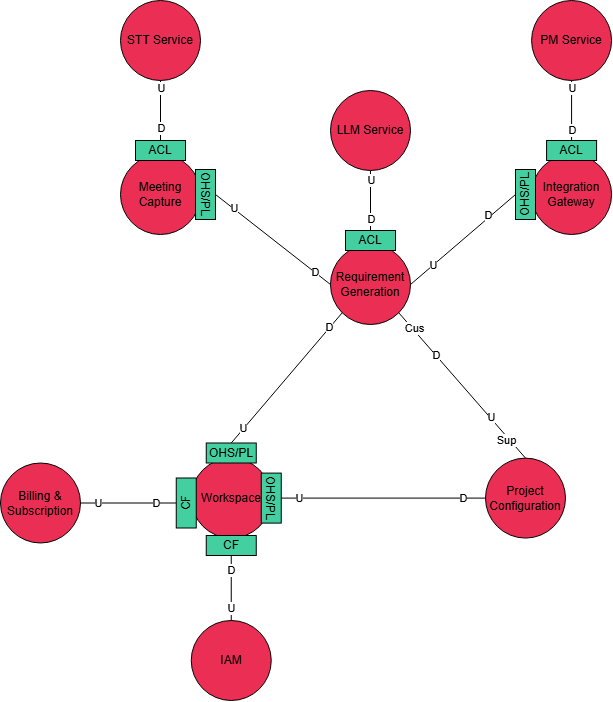
Kntro-Soft/ReqsAI-Report keeps this draw.io diagram as assets/4.Strategic-Level-Product-Design/4.2.Strategic-Level-DDD/4.2.5.Context-Mapping/ContextMapping.png. Above is the earlier version. Source tidied: cells renumbered, new cells last; positions are measured from the earlier drawing's top-left corner, leaving out a move shared by most shapes.
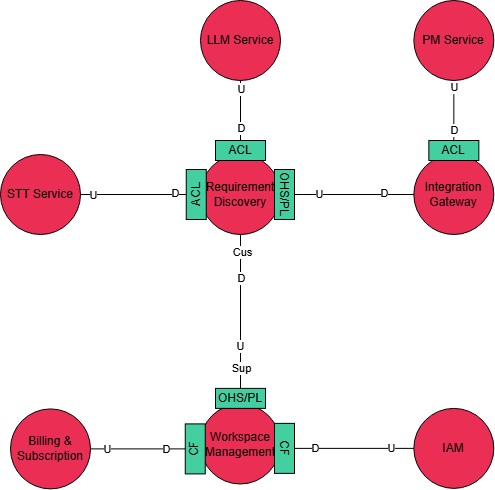
Later version of the same file.

Commit message:
refactor: refactor context mapping

Change to the diagram source:
```diff
@@ -2,178 +2,135 @@
   <root>
     <mxCell id="0" />
     <mxCell id="1" parent="0" />
-    <mxCell id="2" value="&lt;font color=&quot;#000000&quot;&gt;Requirement Generation&lt;/font&gt;" style="ellipse;whiteSpace=wrap;html=1;fillColor=light-dark(#ea2e54, #ff9281);strokeColor=light-dark(#000000, #ffacac);fontColor=#ffffff;" parent="1" vertex="1">
-      <mxGeometry x="330" y="244" width="80" height="80" as="geometry" />
-    </mxCell>
+    <mxCell id="53" value="&lt;font color=&quot;#000000&quot;&gt;Requirement Discovery&lt;/font&gt;" style="ellipse;whiteSpace=wrap;html=1;fillColor=light-dark(#ea2e54, #ff9281);strokeColor=light-dark(#000000, #ffacac);fontColor=#ffffff;" parent="1" vertex="1">
+      <mxGeometry x="820" y="714" width="80" height="80" as="geometry" />
+    </mxCell>
     <mxCell id="3" value="&lt;font color=&quot;#000000&quot;&gt;Billing &amp;amp; Subscription&lt;/font&gt;" style="ellipse;whiteSpace=wrap;html=1;fillColor=light-dark(#ea2e54, #ff9281);strokeColor=light-dark(#000000, #ffacac);fontColor=#ffffff;" parent="1" vertex="1">
-      <mxGeometry y="462.5" width="80" height="80" as="geometry" />
+      <mxGeometry x="630" y="968.4" width="80" height="80" as="geometry" />
     </mxCell>
-    <mxCell id="4" value="&lt;font color=&quot;#000000&quot;&gt;Workspace&lt;/font&gt;" style="ellipse;whiteSpace=wrap;html=1;fillColor=light-dark(#ea2e54, #ff9281);strokeColor=light-dark(#000000, #ffacac);fontColor=#ffffff;" parent="1" vertex="1">
-      <mxGeometry x="190.8" y="457.6" width="80" height="80" as="geometry" />
-    </mxCell>
+    <mxCell id="54" value="&lt;font color=&quot;#000000&quot;&gt;Workspace Management&lt;/font&gt;" style="ellipse;whiteSpace=wrap;html=1;fillColor=light-dark(#ea2e54, #ff9281);strokeColor=light-dark(#000000, #ffacac);fontColor=#ffffff;" parent="1" vertex="1">
+      <mxGeometry x="819.8" y="963.5" width="80" height="80" as="geometry" />
+    </mxCell>
     <mxCell id="5" value="&lt;font color=&quot;#000000&quot;&gt;Integration Gateway&lt;/font&gt;" style="ellipse;whiteSpace=wrap;html=1;fillColor=light-dark(#ea2e54, #ff9281);strokeColor=light-dark(#000000, #ffacac);fontColor=#ffffff;" parent="1" vertex="1">
-      <mxGeometry x="531.1" y="154" width="80" height="80" as="geometry" />
+      <mxGeometry x="1033.3" y="714" width="80" height="80" as="geometry" />
     </mxCell>
-    <mxCell id="6" value="&lt;font color=&quot;#000000&quot;&gt;Project Configuration&lt;/font&gt;" style="ellipse;whiteSpace=wrap;html=1;fillColor=light-dark(#ea2e54, #ff9281);strokeColor=light-dark(#000000, #ffacac);fontColor=#ffffff;" parent="1" vertex="1">
-      <mxGeometry x="485" y="457.6" width="80" height="80" as="geometry" />
-    </mxCell>
     <mxCell id="7" value="&lt;font color=&quot;#000000&quot;&gt;IAM&lt;/font&gt;" style="ellipse;whiteSpace=wrap;html=1;fillColor=light-dark(#ea2e54, #ff9281);strokeColor=light-dark(#000000, #ffacac);fontColor=#ffffff;" parent="1" vertex="1">
-      <mxGeometry x="190.7" y="620" width="80" height="80" as="geometry" />
+      <mxGeometry x="1033.3" y="967.9" width="80" height="80" as="geometry" />
     </mxCell>
-    <mxCell id="8" value="ACL" style="rounded=0;whiteSpace=wrap;html=1;fillColor=#44CFA1;" parent="1" vertex="1">
-      <mxGeometry x="546.1" y="140" width="50" height="20" as="geometry" />
-    </mxCell>
-    <mxCell id="9" style="endArrow=none;html=1;rounded=0;entryX=1;entryY=1;entryDx=0;entryDy=0;exitX=0.5;exitY=0;exitDx=0;exitDy=0;" parent="1" edge="1" source="6" target="2">
-      <mxGeometry relative="1" as="geometry" />
-    </mxCell>
-    <mxCell id="10" value="U" style="edgeLabel;html=1;align=center;verticalAlign=middle;" parent="9" vertex="1">
-      <mxGeometry x="-0.7" y="1" relative="1" as="geometry">
-        <mxPoint x="-14" y="-19" as="offset" />
-      </mxGeometry>
-    </mxCell>
-    <mxCell id="11" value="D" style="edgeLabel;html=1;align=center;verticalAlign=middle;" parent="9" vertex="1">
-      <mxGeometry x="0.42" relative="1" as="geometry" />
-    </mxCell>
-    <mxCell id="12" value="Cus" style="edgeLabel;html=1;align=center;verticalAlign=middle;" parent="9" vertex="1">
-      <mxGeometry x="0.78" y="-1" relative="1" as="geometry" />
-    </mxCell>
-    <mxCell id="13" value="Sup" style="edgeLabel;html=1;align=center;verticalAlign=middle;" parent="9" vertex="1">
-      <mxGeometry x="-0.68" relative="1" as="geometry">
-        <mxPoint y="4" as="offset" />
-      </mxGeometry>
-    </mxCell>
+    <mxCell id="55" value="ACL" style="rounded=0;whiteSpace=wrap;html=1;fillColor=#44CFA1;" parent="1" vertex="1">
+      <mxGeometry x="1048.3" y="700" width="50" height="20" as="geometry" />
+    </mxCell>
-    <mxCell id="14" style="endArrow=none;html=1;rounded=0;exitX=0.5;exitY=0;exitDx=0;exitDy=0;entryX=0.5;entryY=1;entryDx=0;entryDy=0;" parent="1" edge="1" source="7" target="18">
+    <mxCell id="14" style="endArrow=none;html=1;rounded=0;exitX=0;exitY=0.5;exitDx=0;exitDy=0;entryX=0.5;entryY=0;entryDx=0;entryDy=0;" parent="1" edge="1" source="7" target="18">
       <mxGeometry relative="1" as="geometry" />
     </mxCell>
-    <mxCell id="15" value="D" style="edgeLabel;html=1;align=center;verticalAlign=middle;" parent="14" vertex="1">
-      <mxGeometry x="0.62" y="-2" relative="1" as="geometry">
-        <mxPoint x="-2" y="2" as="offset" />
-      </mxGeometry>
-    </mxCell>
-    <mxCell id="16" value="U" style="edgeLabel;html=1;align=center;verticalAlign=middle;" parent="14" vertex="1">
-      <mxGeometry x="-0.61" relative="1" as="geometry" />
-    </mxCell>
-    <mxCell id="17" value="ACL" style="rounded=0;whiteSpace=wrap;html=1;fillColor=#44CFA1;" parent="1" vertex="1">
-      <mxGeometry x="345" y="230" width="50" height="20" as="geometry" />
-    </mxCell>
+    <mxCell id="56" value="D" style="edgeLabel;html=1;align=center;verticalAlign=middle;" parent="14" vertex="1">
+      <mxGeometry x="0.62" y="-2" relative="1" as="geometry">
+        <mxPoint x="-2" y="2" as="offset" />
+      </mxGeometry>
+    </mxCell>
+    <mxCell id="57" value="U" style="edgeLabel;html=1;align=center;verticalAlign=middle;" parent="14" vertex="1">
+      <mxGeometry x="-0.61" relative="1" as="geometry" />
+    </mxCell>
+    <mxCell id="58" value="ACL" style="rounded=0;whiteSpace=wrap;html=1;fillColor=#44CFA1;" parent="1" vertex="1">
+      <mxGeometry x="835" y="700" width="50" height="20" as="geometry" />
+    </mxCell>
-    <mxCell id="18" value="CF" style="rounded=0;whiteSpace=wrap;html=1;fillColor=#44CFA1;rotation=0;" parent="1" vertex="1">
-      <mxGeometry x="205.8" y="535" width="50" height="20" as="geometry" />
+    <mxCell id="18" value="CF" style="rounded=0;whiteSpace=wrap;html=1;fillColor=#44CFA1;rotation=90;" parent="1" vertex="1">
+      <mxGeometry x="879" y="997.9" width="50" height="20" as="geometry" />
     </mxCell>
     <mxCell id="19" value="CF" style="rounded=0;whiteSpace=wrap;html=1;fillColor=#44CFA1;rotation=-90;" parent="1" vertex="1">
-      <mxGeometry x="160.8" y="492.5" width="50" height="20" as="geometry" />
+      <mxGeometry x="789.8" y="998.4" width="50" height="20" as="geometry" />
     </mxCell>
     <mxCell id="20" value="&lt;font color=&quot;#000000&quot;&gt;LLM Service&lt;/font&gt;" style="ellipse;whiteSpace=wrap;html=1;fillColor=light-dark(#ea2e54, #ff9281);strokeColor=light-dark(#000000, #ffacac);fontColor=#ffffff;" parent="1" vertex="1">
-      <mxGeometry x="330" y="90" width="80" height="80" as="geometry" />
+      <mxGeometry x="820" y="560" width="80" height="80" as="geometry" />
     </mxCell>
     <mxCell id="21" value="&lt;font color=&quot;#000000&quot;&gt;PM Service&lt;/font&gt;" style="ellipse;whiteSpace=wrap;html=1;fillColor=light-dark(#ea2e54, #ff9281);strokeColor=light-dark(#000000, #ffacac);fontColor=#ffffff;" parent="1" vertex="1">
-      <mxGeometry x="531.1" width="80" height="80" as="geometry" />
+      <mxGeometry x="1033.3" y="560" width="80" height="80" as="geometry" />
     </mxCell>
-    <mxCell id="22" style="endArrow=none;html=1;rounded=0;entryX=0.5;entryY=1;entryDx=0;entryDy=0;exitX=0.5;exitY=0;exitDx=0;exitDy=0;" parent="1" edge="1" source="8" target="21">
-      <mxGeometry relative="1" as="geometry" />
-    </mxCell>
-    <mxCell id="23" value="D" style="edgeLabel;html=1;align=center;verticalAlign=middle;" parent="22" vertex="1">
-      <mxGeometry x="-0.84" y="-2" relative="1" as="geometry">
-        <mxPoint x="-2" y="-6" as="offset" />
-      </mxGeometry>
-    </mxCell>
-    <mxCell id="24" value="U" style="edgeLabel;html=1;align=center;verticalAlign=middle;" parent="22" vertex="1">
-      <mxGeometry x="0.76" relative="1" as="geometry" />
-    </mxCell>
-    <mxCell id="25" style="endArrow=none;html=1;rounded=0;entryX=0.5;entryY=1;entryDx=0;entryDy=0;exitX=0.5;exitY=0;exitDx=0;exitDy=0;" parent="1" edge="1" source="17" target="20">
-      <mxGeometry relative="1" as="geometry" />
-    </mxCell>
-    <mxCell id="26" value="D" style="edgeLabel;html=1;align=center;verticalAlign=middle;" parent="25" vertex="1">
-      <mxGeometry x="-0.56" relative="1" as="geometry">
-        <mxPoint y="1" as="offset" />
-      </mxGeometry>
-    </mxCell>
-    <mxCell id="27" value="U" style="edgeLabel;html=1;align=center;verticalAlign=middle;" parent="25" vertex="1">
-      <mxGeometry x="0.72" relative="1" as="geometry">
-        <mxPoint y="1" as="offset" />
-      </mxGeometry>
-    </mxCell>
-    <mxCell id="28" value="&lt;font color=&quot;#000000&quot;&gt;Meeting Capture&lt;/font&gt;" style="ellipse;whiteSpace=wrap;html=1;fillColor=light-dark(#ea2e54, #ff9281);strokeColor=light-dark(#000000, #ffacac);fontColor=#ffffff;" parent="1" vertex="1">
-      <mxGeometry x="120" y="154" width="80" height="80" as="geometry" />
-    </mxCell>
-    <mxCell id="29" value="ACL" style="rounded=0;whiteSpace=wrap;html=1;fillColor=#44CFA1;" parent="1" vertex="1">
-      <mxGeometry x="135" y="140" width="50" height="20" as="geometry" />
-    </mxCell>
+    <mxCell id="59" style="endArrow=none;html=1;rounded=0;entryX=0.5;entryY=1;entryDx=0;entryDy=0;exitX=0.5;exitY=0;exitDx=0;exitDy=0;" parent="1" edge="1" source="55" target="21">
+      <mxGeometry relative="1" as="geometry" />
+    </mxCell>
+    <mxCell id="60" value="D" style="edgeLabel;html=1;align=center;verticalAlign=middle;" parent="59" vertex="1">
+      <mxGeometry x="-0.84" y="-2" relative="1" as="geometry">
+        <mxPoint x="-2" y="-6" as="offset" />
+      </mxGeometry>
+    </mxCell>
+    <mxCell id="61" value="U" style="edgeLabel;html=1;align=center;verticalAlign=middle;" parent="59" vertex="1">
+      <mxGeometry x="0.76" relative="1" as="geometry" />
+    </mxCell>
+    <mxCell id="62" style="endArrow=none;html=1;rounded=0;entryX=0.5;entryY=1;entryDx=0;entryDy=0;exitX=0.5;exitY=0;exitDx=0;exitDy=0;" parent="1" edge="1" source="58" target="20">
+      <mxGeometry relative="1" as="geometry" />
+    </mxCell>
+    <mxCell id="63" value="D" style="edgeLabel;html=1;align=center;verticalAlign=middle;" parent="62" vertex="1">
+      <mxGeometry x="-0.56" relative="1" as="geometry">
+        <mxPoint y="1" as="offset" />
+      </mxGeometry>
+    </mxCell>
+    <mxCell id="64" value="U" style="edgeLabel;html=1;align=center;verticalAlign=middle;" parent="62" vertex="1">
+      <mxGeometry x="0.72" relative="1" as="geometry">
+        <mxPoint y="1" as="offset" />
+      </mxGeometry>
+    </mxCell>
+    <mxCell id="65" value="ACL" style="rounded=0;whiteSpace=wrap;html=1;fillColor=#44CFA1;rotation=-90;" parent="1" vertex="1">
+      <mxGeometry x="790.8" y="744" width="50" height="20" as="geometry" />
+    </mxCell>
     <mxCell id="30" value="&lt;font color=&quot;#000000&quot;&gt;STT Service&lt;/font&gt;" style="ellipse;whiteSpace=wrap;html=1;fillColor=light-dark(#ea2e54, #ff9281);strokeColor=light-dark(#000000, #ffacac);fontColor=#ffffff;" parent="1" vertex="1">
-      <mxGeometry x="120" width="80" height="80" as="geometry" />
+      <mxGeometry x="620" y="714" width="80" height="80" as="geometry" />
     </mxCell>
-    <mxCell id="31" style="endArrow=none;html=1;rounded=0;entryX=0.5;entryY=1;entryDx=0;entryDy=0;exitX=0.5;exitY=0;exitDx=0;exitDy=0;" parent="1" edge="1" source="29" target="30">
-      <mxGeometry relative="1" as="geometry" />
-    </mxCell>
-    <mxCell id="32" value="D" style="edgeLabel;html=1;align=center;verticalAlign=middle;" parent="31" vertex="1">
-      <mxGeometry x="-0.84" y="-2" relative="1" as="geometry">
-        <mxPoint x="-2" y="-8" as="offset" />
-      </mxGeometry>
-    </mxCell>
-    <mxCell id="33" value="U" style="edgeLabel;html=1;align=center;verticalAlign=middle;" parent="31" vertex="1">
-      <mxGeometry x="0.76" relative="1" as="geometry" />
-    </mxCell>
-    <mxCell id="34" style="endArrow=none;html=1;rounded=0;entryX=0;entryY=0.5;entryDx=0;entryDy=0;exitX=0.5;exitY=0;exitDx=0;exitDy=0;" parent="1" edge="1" source="43" target="2">
-      <mxGeometry relative="1" as="geometry" />
-    </mxCell>
-    <mxCell id="35" value="U" style="edgeLabel;html=1;align=center;verticalAlign=middle;" parent="34" vertex="1">
-      <mxGeometry x="-0.71" y="1" relative="1" as="geometry">
-        <mxPoint x="1" y="1" as="offset" />
-      </mxGeometry>
-    </mxCell>
-    <mxCell id="36" value="D" style="edgeLabel;html=1;align=center;verticalAlign=middle;" parent="34" vertex="1">
-      <mxGeometry x="0.72" relative="1" as="geometry" />
-    </mxCell>
-    <mxCell id="37" style="endArrow=none;html=1;rounded=0;exitX=0.5;exitY=0;exitDx=0;exitDy=0;entryX=1;entryY=0.5;entryDx=0;entryDy=0;" parent="1" edge="1" source="44" target="2">
-      <mxGeometry relative="1" as="geometry" />
-    </mxCell>
-    <mxCell id="38" value="D" style="edgeLabel;html=1;align=center;verticalAlign=middle;" parent="37" vertex="1">
-      <mxGeometry x="-0.52" y="-2" relative="1" as="geometry">
-        <mxPoint x="-1" as="offset" />
-      </mxGeometry>
-    </mxCell>
-    <mxCell id="39" value="U" style="edgeLabel;html=1;align=center;verticalAlign=middle;" parent="37" vertex="1">
-      <mxGeometry x="0.58" y="-1" relative="1" as="geometry" />
-    </mxCell>
+    <mxCell id="66" style="endArrow=none;html=1;rounded=0;entryX=1;entryY=0.5;entryDx=0;entryDy=0;exitX=0.5;exitY=0;exitDx=0;exitDy=0;" parent="1" edge="1" source="65" target="30">
+      <mxGeometry relative="1" as="geometry" />
+    </mxCell>
+    <mxCell id="67" value="D" style="edgeLabel;html=1;align=center;verticalAlign=middle;" parent="66" vertex="1">
+      <mxGeometry x="-0.84" y="-2" relative="1" as="geometry">
+        <mxPoint x="-2" as="offset" />
+      </mxGeometry>
+    </mxCell>
+    <mxCell id="68" value="U" style="edgeLabel;html=1;align=center;verticalAlign=middle;" parent="66" vertex="1">
+      <mxGeometry x="0.76" relative="1" as="geometry" />
+    </mxCell>
+    <mxCell id="69" style="endArrow=none;html=1;rounded=0;exitX=0;exitY=0.5;exitDx=0;exitDy=0;entryX=0.5;entryY=0;entryDx=0;entryDy=0;" parent="1" edge="1" source="5" target="74">
+      <mxGeometry relative="1" as="geometry" />
+    </mxCell>
+    <mxCell id="70" value="D" style="edgeLabel;html=1;align=center;verticalAlign=middle;" parent="69" vertex="1">
+      <mxGeometry x="-0.52" y="-2" relative="1" as="geometry">
+        <mxPoint x="-1" as="offset" />
+      </mxGeometry>
+    </mxCell>
+    <mxCell id="71" value="U" style="edgeLabel;html=1;align=center;verticalAlign=middle;" parent="69" vertex="1">
+      <mxGeometry x="0.58" y="-1" relative="1" as="geometry" />
+    </mxCell>
     <mxCell id="40" style="endArrow=none;html=1;rounded=0;exitX=1;exitY=0.5;exitDx=0;exitDy=0;entryX=0.5;entryY=0;entryDx=0;entryDy=0;" parent="1" edge="1" source="3" target="19">
       <mxGeometry relative="1" as="geometry" />
     </mxCell>
-    <mxCell id="41" value="U" style="edgeLabel;html=1;align=center;verticalAlign=middle;" parent="40" vertex="1">
-      <mxGeometry x="-0.64" relative="1" as="geometry" />
-    </mxCell>
-    <mxCell id="42" value="D" style="edgeLabel;html=1;align=center;verticalAlign=middle;" parent="40" vertex="1">
-      <mxGeometry x="0.58" relative="1" as="geometry" />
-    </mxCell>
-    <mxCell id="43" value="OHS/PL" style="rounded=0;whiteSpace=wrap;html=1;fillColor=#44CFA1;rotation=90;" parent="1" vertex="1">
-      <mxGeometry x="180" y="184" width="50" height="20" as="geometry" />
-    </mxCell>
-    <mxCell id="44" value="OHS/PL" style="rounded=0;whiteSpace=wrap;html=1;fillColor=#44CFA1;rotation=-90;" parent="1" vertex="1">
-      <mxGeometry x="500" y="184" width="50" height="20" as="geometry" />
-    </mxCell>
-    <mxCell id="45" style="endArrow=none;html=1;rounded=0;exitX=0.5;exitY=0;exitDx=0;exitDy=0;entryX=0;entryY=1;entryDx=0;entryDy=0;" parent="1" edge="1" source="48" target="2">
-      <mxGeometry relative="1" as="geometry" />
-    </mxCell>
-    <mxCell id="46" value="U" style="edgeLabel;html=1;align=center;verticalAlign=middle;" parent="45" vertex="1">
-      <mxGeometry x="-0.78" y="2" relative="1" as="geometry">
-        <mxPoint x="1" as="offset" />
-      </mxGeometry>
-    </mxCell>
-    <mxCell id="47" value="D" style="edgeLabel;html=1;align=center;verticalAlign=middle;" parent="45" vertex="1">
-      <mxGeometry x="0.76" y="1" relative="1" as="geometry" />
-    </mxCell>
+    <mxCell id="72" value="U" style="edgeLabel;html=1;align=center;verticalAlign=middle;" parent="40" vertex="1">
+      <mxGeometry x="-0.64" relative="1" as="geometry" />
+    </mxCell>
+    <mxCell id="73" value="D" style="edgeLabel;html=1;align=center;verticalAlign=middle;" parent="40" vertex="1">
+      <mxGeometry x="0.58" relative="1" as="geometry" />
+    </mxCell>
+    <mxCell id="74" value="OHS/PL" style="rounded=0;whiteSpace=wrap;html=1;fillColor=#44CFA1;rotation=90;" parent="1" vertex="1">
+      <mxGeometry x="879" y="744" width="50" height="20" as="geometry" />
+    </mxCell>
     <mxCell id="48" value="OHS/PL" style="rounded=0;whiteSpace=wrap;html=1;fillColor=#44CFA1;" parent="1" vertex="1">
-      <mxGeometry x="205.8" y="442.5" width="50" height="20" as="geometry" />
+      <mxGeometry x="835" y="947.9" width="50" height="20" as="geometry" />
     </mxCell>
-    <mxCell id="49" value="OHS/PL" style="rounded=0;whiteSpace=wrap;html=1;fillColor=#44CFA1;rotation=90;" parent="1" vertex="1">
-      <mxGeometry x="245.8" y="487.6" width="50" height="20" as="geometry" />
-    </mxCell>
-    <mxCell id="50" style="endArrow=none;html=1;rounded=0;exitX=0.5;exitY=0;exitDx=0;exitDy=0;entryX=0;entryY=0.5;entryDx=0;entryDy=0;" parent="1" edge="1" source="49" target="6">
-      <mxGeometry relative="1" as="geometry" />
-    </mxCell>
-    <mxCell id="51" value="U" style="edgeLabel;html=1;align=center;verticalAlign=middle;" parent="50" vertex="1">
-      <mxGeometry x="-0.83" relative="1" as="geometry" />
-    </mxCell>
-    <mxCell id="52" value="D" style="edgeLabel;html=1;align=center;verticalAlign=middle;" parent="50" vertex="1">
-      <mxGeometry x="0.77" relative="1" as="geometry" />
-    </mxCell>
+    <mxCell id="75" style="endArrow=none;html=1;rounded=0;entryX=0.5;entryY=1;entryDx=0;entryDy=0;exitX=0.5;exitY=0;exitDx=0;exitDy=0;" parent="1" edge="1" source="48" target="53">
+      <mxGeometry relative="1" as="geometry" />
+    </mxCell>
+    <mxCell id="76" value="U" style="edgeLabel;html=1;align=center;verticalAlign=middle;" parent="75" vertex="1">
+      <mxGeometry x="-0.7" y="1" relative="1" as="geometry">
+        <mxPoint y="-19" as="offset" />
+      </mxGeometry>
+    </mxCell>
+    <mxCell id="77" value="D" style="edgeLabel;html=1;align=center;verticalAlign=middle;" parent="75" vertex="1">
+      <mxGeometry x="0.42" relative="1" as="geometry" />
+    </mxCell>
+    <mxCell id="12" value="Cus" style="edgeLabel;html=1;align=center;verticalAlign=middle;" parent="75" vertex="1">
+      <mxGeometry x="0.78" y="-1" relative="1" as="geometry" />
+    </mxCell>
+    <mxCell id="13" value="Sup" style="edgeLabel;html=1;align=center;verticalAlign=middle;" parent="75" vertex="1">
+      <mxGeometry x="-0.68" relative="1" as="geometry">
+        <mxPoint y="4" as="offset" />
+      </mxGeometry>
+    </mxCell>
   </root>
 </mxGraphModel>
```
